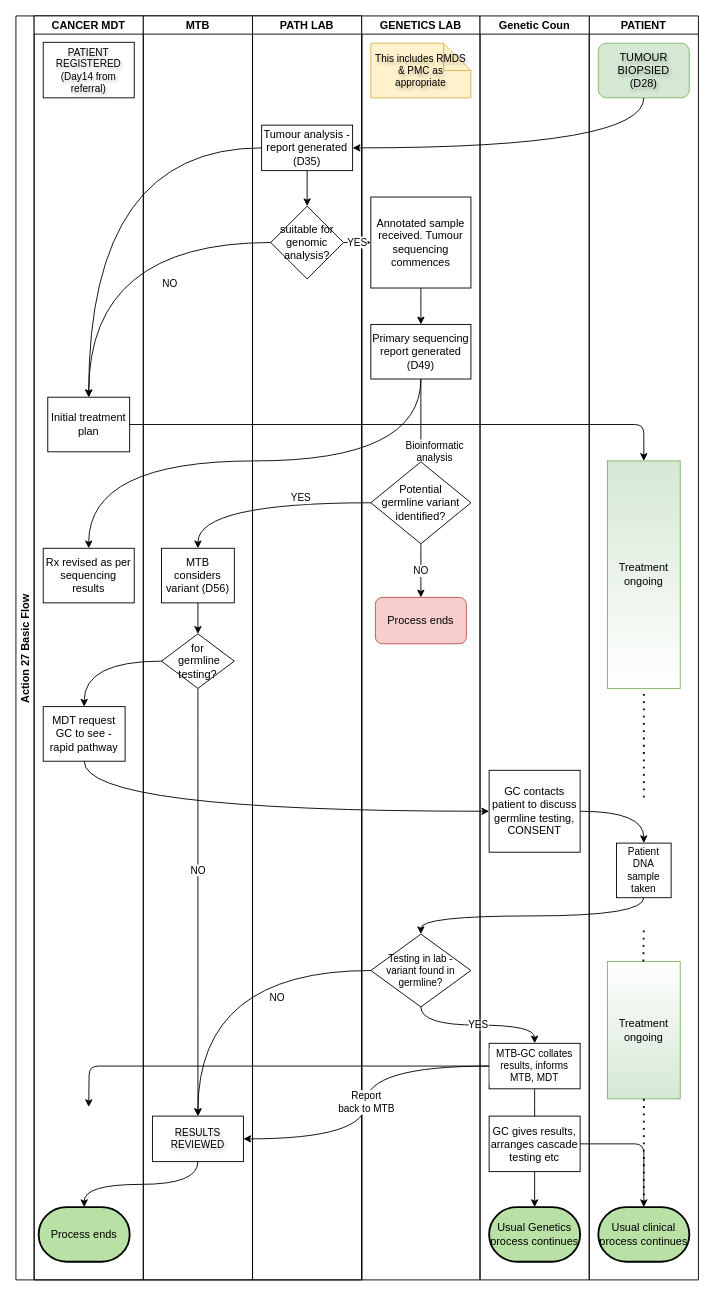
Above: page "Page-2" (2 of 3) of BasicCancerFlow_Phase1.drawio in mckeelab/cancerflow (draw.io), before the change. Source tidied: cells renumbered, new cells numbered last; positions are measured from the earlier drawing's top-left corner, leaving out a move shared by most shapes. Both pictures are drawn from the tidied source at 91%, with x=0, y=0 at pixel (15, 15).
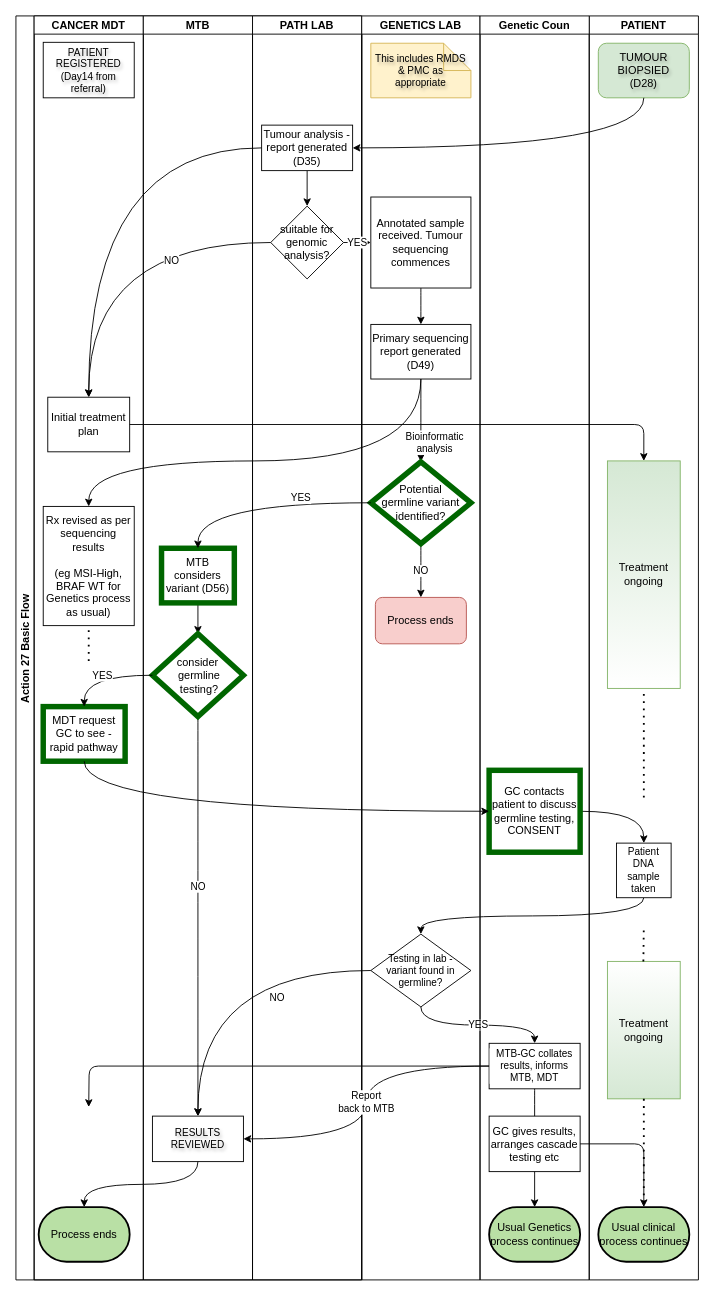
Above is the later version.

Commit message:
Highlight new elements

Unchanged cells that the change refers to:
```xml
<mxCell id="2" value="Action 27 Basic Flow" style="swimlane;startSize=20;horizontal=0;" parent="1" vertex="1">
  <mxGeometry width="380" height="1389" as="geometry" />
</mxCell>
<mxCell id="3" value="CANCER MDT" style="swimlane;startSize=20;" parent="2" vertex="1">
  <mxGeometry x="20" width="120" height="1389" as="geometry" />
</mxCell>
<mxCell id="4" value="Initial treatment plan" style="rounded=0;whiteSpace=wrap;html=1;" parent="3" vertex="1">
  <mxGeometry x="15" y="419" width="90" height="60" as="geometry" />
</mxCell>
<mxCell id="9" value="MTB" style="swimlane;startSize=20;" parent="2" vertex="1">
  <mxGeometry x="140" width="120" height="1389" as="geometry" />
</mxCell>
<mxCell id="18" value="suitable for genomic analysis?" style="rhombus;whiteSpace=wrap;html=1;" parent="15" vertex="1">
  <mxGeometry x="20" y="209" width="80" height="80" as="geometry" />
</mxCell>
<mxCell id="23" value="GENETICS LAB" style="swimlane;startSize=20;" parent="1" vertex="1">
  <mxGeometry x="380" width="130" height="1389" as="geometry" />
</mxCell>
<mxCell id="31" value="Primary sequencing report generated (D49)" style="whiteSpace=wrap;html=1;rounded=0;" parent="23" vertex="1">
  <mxGeometry x="10" y="339" width="110" height="60" as="geometry" />
</mxCell>
<mxCell id="48" value="Genetic Coun" style="swimlane;startSize=20;" parent="1" vertex="1">
  <mxGeometry x="510" width="120" height="1389" as="geometry" />
</mxCell>
```

The edit, as a diff of the source:
```diff
@@
-    <mxCell id="5" value="MDT request GC to see - rapid pathway" style="rounded=0;whiteSpace=wrap;html=1;" parent="3" vertex="1">
+    <mxCell id="5" value="MDT request GC to see - rapid pathway" style="rounded=0;whiteSpace=wrap;html=1;strokeColor=#006600;strokeWidth=6;" parent="3" vertex="1">
       <mxGeometry x="10" y="759" width="90" height="60" as="geometry" />
     </mxCell>
@@
-    <mxCell id="8" value="Rx revised as per sequencing results" style="rounded=0;whiteSpace=wrap;html=1;" parent="3" vertex="1">
-      <mxGeometry x="10" y="585" width="100" height="60" as="geometry" />
+    <mxCell id="8" value="Rx revised as per sequencing results&lt;br&gt;&lt;br&gt;&lt;div&gt;(eg MSI-High, BRAF WT for Genetics process as usual)&lt;/div&gt;" style="rounded=0;whiteSpace=wrap;html=1;" parent="3" vertex="1">
+      <mxGeometry x="10" y="539" width="100" height="131" as="geometry" />
     </mxCell>
@@
-    <mxCell id="11" value="MTB considers variant (D56)" style="rounded=0;whiteSpace=wrap;html=1;" parent="9" vertex="1">
+    <mxCell id="11" value="MTB considers variant (D56)" style="rounded=0;whiteSpace=wrap;html=1;strokeColor=#006600;strokeWidth=6;align=center;verticalAlign=middle;fontFamily=Helvetica;fontSize=12;fontColor=default;fillColor=default;" parent="9" vertex="1">
       <mxGeometry x="20" y="585" width="80" height="60" as="geometry" />
     </mxCell>
@@
-    <mxCell id="13" value="for&lt;br&gt;&amp;nbsp;germline testing?" style="rhombus;whiteSpace=wrap;html=1;" parent="9" vertex="1">
-      <mxGeometry x="20" y="679" width="80" height="60" as="geometry" />
+    <mxCell id="13" value="consider&lt;br&gt;&amp;nbsp;germline&lt;br&gt;&amp;nbsp;testing?" style="rhombus;whiteSpace=wrap;html=1;rounded=0;strokeColor=#006600;strokeWidth=6;align=center;verticalAlign=middle;fontFamily=Helvetica;fontSize=12;fontColor=default;fillColor=default;" parent="9" vertex="1">
+      <mxGeometry x="10" y="679" width="100" height="91" as="geometry" />
     </mxCell>
@@
     <mxCell id="20" value="NO" style="edgeStyle=orthogonalEdgeStyle;rounded=0;jettySize=auto;html=1;exitX=0;exitY=0.5;exitDx=0;exitDy=0;entryX=0.5;entryY=0;entryDx=0;entryDy=0;curved=1;" parent="2" edge="1" source="18" target="4">
-      <mxGeometry x="-0.4" y="45" relative="1" as="geometry" />
+      <mxGeometry x="-0.41" y="20" relative="1" as="geometry" />
     </mxCell>
@@
-    <mxCell id="22" style="edgeStyle=orthogonalEdgeStyle;shape=connector;curved=1;rounded=0;jettySize=auto;html=1;exitX=0;exitY=0.5;exitDx=0;exitDy=0;entryX=0.5;entryY=0;entryDx=0;entryDy=0;strokeColor=default;align=center;verticalAlign=middle;fontFamily=Helvetica;fontSize=11;fontColor=default;labelBackgroundColor=default;endArrow=classic;" parent="2" edge="1" source="13" target="5">
+    <mxCell id="22" value="YES" style="edgeStyle=orthogonalEdgeStyle;shape=connector;curved=1;rounded=0;jettySize=auto;html=1;exitX=0;exitY=0.5;exitDx=0;exitDy=0;entryX=0.5;entryY=0;entryDx=0;entryDy=0;strokeColor=default;align=center;verticalAlign=middle;fontFamily=Helvetica;fontSize=11;fontColor=default;labelBackgroundColor=default;endArrow=classic;" parent="2" edge="1" source="13" target="5">
       <mxGeometry relative="1" as="geometry" />
     </mxCell>
@@
     <mxCell id="24" value="Bioinformatic&lt;br&gt;analysis" style="edgeStyle=orthogonalEdgeStyle;rounded=0;jettySize=auto;html=1;exitX=0.5;exitY=1;exitDx=0;exitDy=0;entryX=0.5;entryY=0;entryDx=0;entryDy=0;curved=1;" parent="23" edge="1" source="31" target="28">
-      <mxGeometry x="0.76" y="15" relative="1" as="geometry" />
+      <mxGeometry x="0.54" y="15" relative="1" as="geometry" />
     </mxCell>
@@
-    <mxCell id="28" value="Potential &lt;br&gt;germline variant identified?" style="rhombus;whiteSpace=wrap;html=1;" parent="23" vertex="1">
+    <mxCell id="28" value="Potential &lt;br&gt;germline variant identified?" style="rhombus;whiteSpace=wrap;html=1;rounded=0;strokeColor=#006600;strokeWidth=6;align=center;verticalAlign=middle;fontFamily=Helvetica;fontSize=12;fontColor=default;fillColor=default;" parent="23" vertex="1">
       <mxGeometry x="10" y="490" width="110" height="90" as="geometry" />
     </mxCell>
@@
-    <mxCell id="49" value="GC contacts patient to discuss germline testing, CONSENT" style="rounded=0;whiteSpace=wrap;html=1;" parent="48" vertex="1">
+    <mxCell id="49" value="GC contacts patient to discuss germline testing, CONSENT" style="rounded=0;whiteSpace=wrap;html=1;strokeColor=#006600;strokeWidth=6;align=center;verticalAlign=middle;fontFamily=Helvetica;fontSize=12;fontColor=default;fillColor=default;" parent="48" vertex="1">
       <mxGeometry x="10" y="829" width="100" height="90" as="geometry" />
     </mxCell>
@@
+    <mxCell id="62" style="endArrow=none;dashed=1;html=1;dashPattern=1 3;strokeWidth=2;rounded=0;entryX=0.5;entryY=1;entryDx=0;entryDy=0;" parent="1" edge="1" target="8">
+      <mxGeometry relative="1" as="geometry">
+        <mxPoint x="80" y="709" as="sourcePoint" />
+      </mxGeometry>
+    </mxCell>
```
